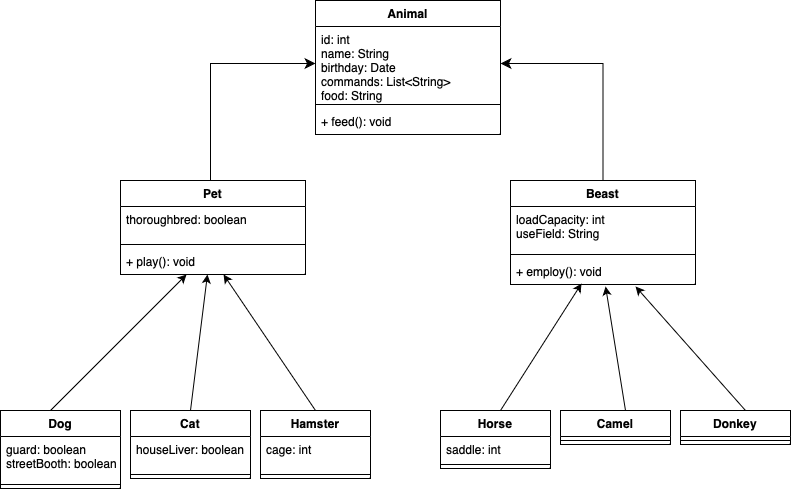
mariarchie/FinalAssessment keeps this draw.io diagram as Animals Diagram.drawio.png. Above is the earlier version. Source tidied: cells renumbered, new cells last; positions are measured from the earlier drawing's top-left corner, leaving out a move shared by most shapes.
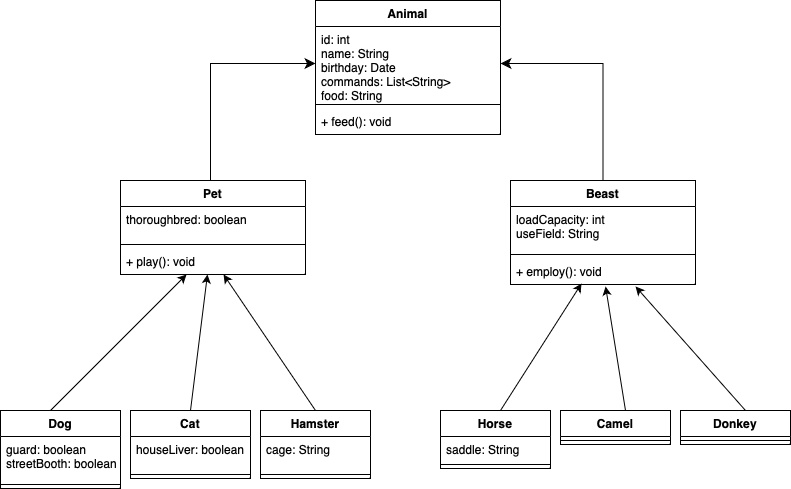
After the change.

The edit, as a diff of the source:
```diff
@@ -74,7 +74,7 @@
     <mxCell id="22" value="Hamster" style="swimlane;fontStyle=1;align=center;verticalAlign=top;horizontal=1;startSize=26;" parent="1" vertex="1">
       <mxGeometry x="260" y="410" width="110" height="68" as="geometry" />
     </mxCell>
-    <mxCell id="23" value="cage: int" style="text;strokeColor=none;fillColor=none;align=left;verticalAlign=top;spacingLeft=4;spacingRight=4;overflow=hidden;" parent="22" vertex="1">
+    <mxCell id="23" value="cage: String" style="text;strokeColor=none;fillColor=none;align=left;verticalAlign=top;spacingLeft=4;spacingRight=4;overflow=hidden;" parent="22" vertex="1">
       <mxGeometry y="26" width="110" height="34" as="geometry" />
     </mxCell>
     <mxCell id="24" style="line;strokeWidth=1;fillColor=none;align=left;verticalAlign=middle;spacingTop=-1;spacingLeft=3;spacingRight=3;labelPosition=right;strokeColor=inherit;" parent="22" vertex="1">
@@ -83,7 +83,7 @@
     <mxCell id="25" value="Horse" style="swimlane;fontStyle=1;align=center;verticalAlign=top;horizontal=1;startSize=26;" parent="1" vertex="1">
       <mxGeometry x="440" y="410" width="110" height="58" as="geometry" />
     </mxCell>
-    <mxCell id="26" value="saddle: int" style="text;strokeColor=none;fillColor=none;align=left;verticalAlign=top;spacingLeft=4;spacingRight=4;overflow=hidden;" parent="25" vertex="1">
+    <mxCell id="26" value="saddle: String" style="text;strokeColor=none;fillColor=none;align=left;verticalAlign=top;spacingLeft=4;spacingRight=4;overflow=hidden;" parent="25" vertex="1">
       <mxGeometry y="26" width="110" height="24" as="geometry" />
     </mxCell>
     <mxCell id="27" style="line;strokeWidth=1;fillColor=none;align=left;verticalAlign=middle;spacingTop=-1;spacingLeft=3;spacingRight=3;labelPosition=right;strokeColor=inherit;" parent="25" vertex="1">
```
